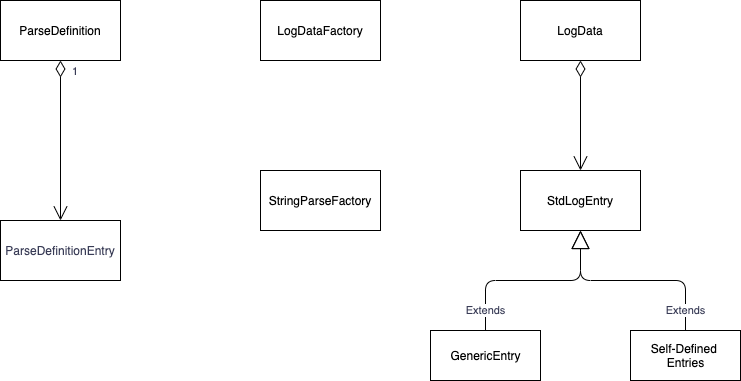
Before: diagrams/Log_Parser-Classes.png, a diagram exported from draw.io (adobe/log-parser). Source tidied: cells renumbered, new cells last; positions are measured from the earlier drawing's top-left corner, leaving out a move shared by most shapes.
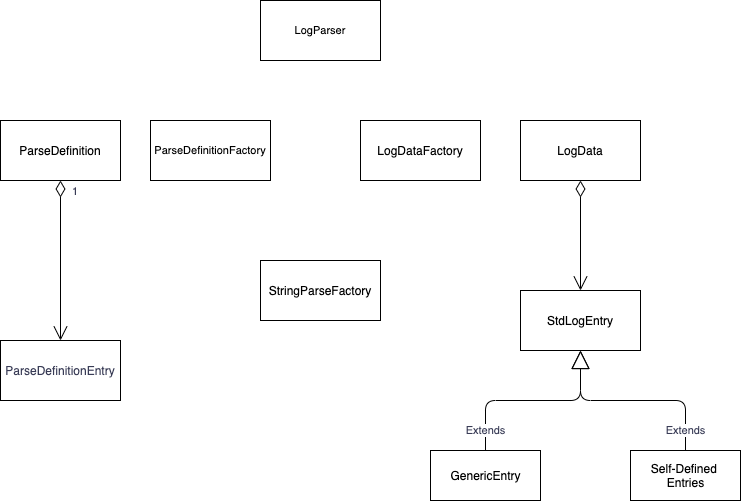
After the change.

Commit message:
Updated the docs and logs. LAso moved the LogParser Class to the src/main/java

Change to the diagram source:
```diff
@@ -17,7 +17,7 @@
       </mxGeometry>
     </mxCell>
     <mxCell id="6" value="StringParseFactory" style="rounded=0;whiteSpace=wrap;html=1;" parent="1" vertex="1">
-      <mxGeometry x="260" y="170" width="120" height="60" as="geometry" />
+      <mxGeometry x="260" y="140" width="120" height="60" as="geometry" />
     </mxCell>
     <mxCell id="7" value="LogData" style="rounded=0;whiteSpace=wrap;html=1;" parent="1" vertex="1">
       <mxGeometry x="520" width="120" height="60" as="geometry" />
@@ -44,7 +44,13 @@
       </mxGeometry>
     </mxCell>
     <mxCell id="13" value="LogDataFactory" style="rounded=0;whiteSpace=wrap;html=1;" parent="1" vertex="1">
-      <mxGeometry x="260" width="120" height="60" as="geometry" />
+      <mxGeometry x="360" width="120" height="60" as="geometry" />
     </mxCell>
+    <mxCell id="14" value="ParseDefinitionFactory" style="rounded=0;whiteSpace=wrap;html=1;labelBackgroundColor=#FFFFFF;strokeColor=#000000;fillColor=#FFFFFF;fontSize=11;align=center;" parent="1" vertex="1">
+      <mxGeometry x="150" width="120" height="60" as="geometry" />
+    </mxCell>
+    <mxCell id="15" value="LogParser" style="rounded=0;whiteSpace=wrap;html=1;labelBackgroundColor=#FFFFFF;strokeColor=#000000;fillColor=#FFFFFF;fontSize=11;align=center;" parent="1" vertex="1">
+      <mxGeometry x="260" y="-120" width="120" height="60" as="geometry" />
+    </mxCell>
   </root>
 </mxGraphModel>
```
